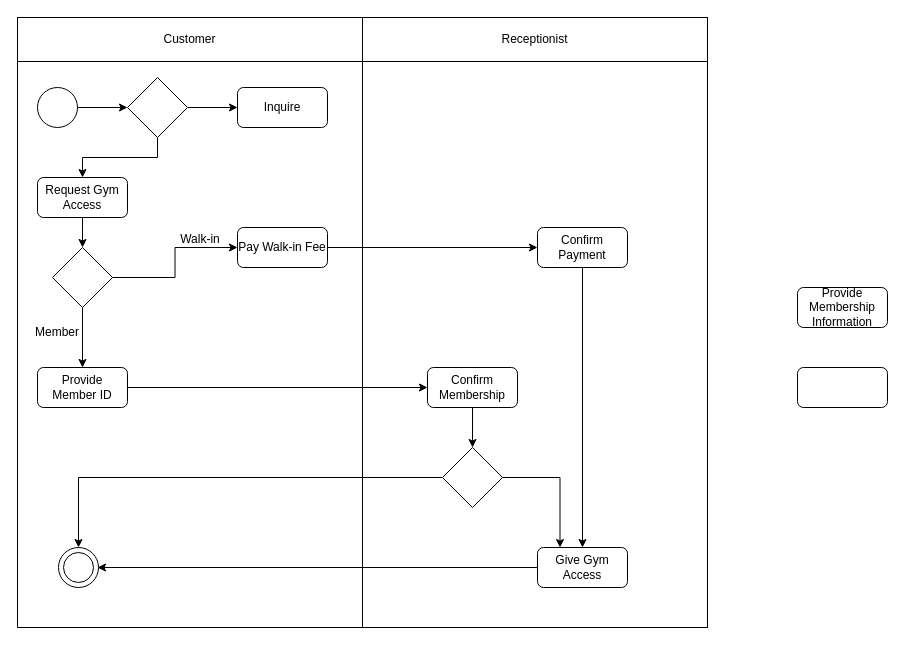
Earlier version of the draw.io diagram Untitled Diagram.drawio (NanaShakeCoder/RAM-Project). Source tidied: cells renumbered, new cells numbered last; positions are measured from the earlier drawing's top-left corner, leaving out a move shared by most shapes. Both pictures are drawn from the tidied source at 100%, with x=0, y=0 at pixel (17, 17).
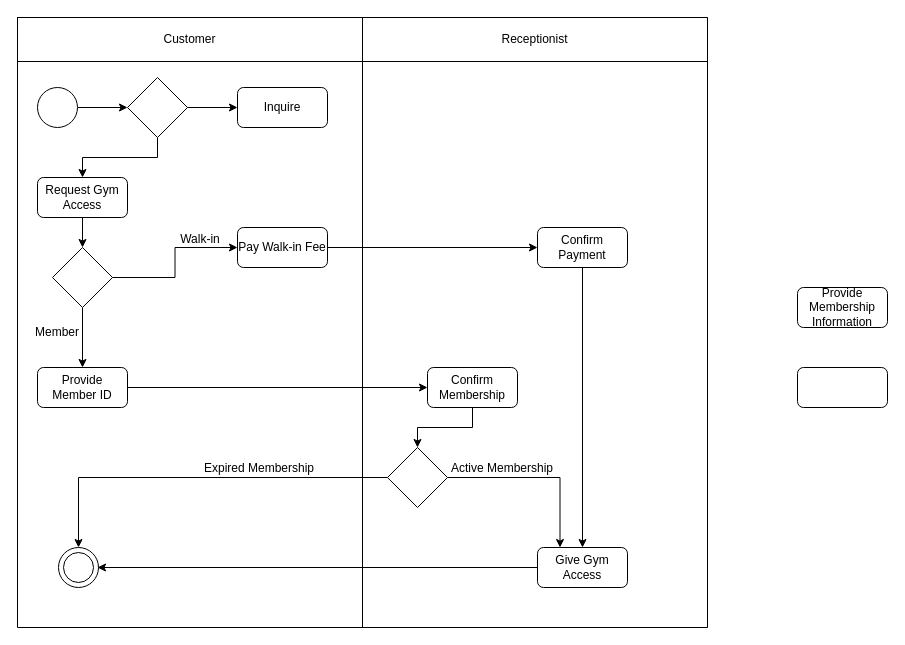
After the change.

The edit, as a diff of the source:
```diff
@@
     <mxCell id="40" style="rhombus;whiteSpace=wrap;html=1;" parent="1" vertex="1">
-      <mxGeometry x="425" y="430" width="60" height="60" as="geometry" />
+      <mxGeometry x="370" y="430" width="60" height="60" as="geometry" />
     </mxCell>
+    <mxCell id="41" value="Expired Membership" style="text;strokeColor=none;align=center;fillColor=none;html=1;verticalAlign=middle;whiteSpace=wrap;rounded=0;" parent="1" vertex="1">
+      <mxGeometry x="177" y="436" width="130" height="30" as="geometry" />
+    </mxCell>
+    <mxCell id="42" value="Active Membership" style="text;strokeColor=none;align=center;fillColor=none;html=1;verticalAlign=middle;whiteSpace=wrap;rounded=0;" parent="1" vertex="1">
+      <mxGeometry x="420" y="436" width="130" height="30" as="geometry" />
+    </mxCell>
```
